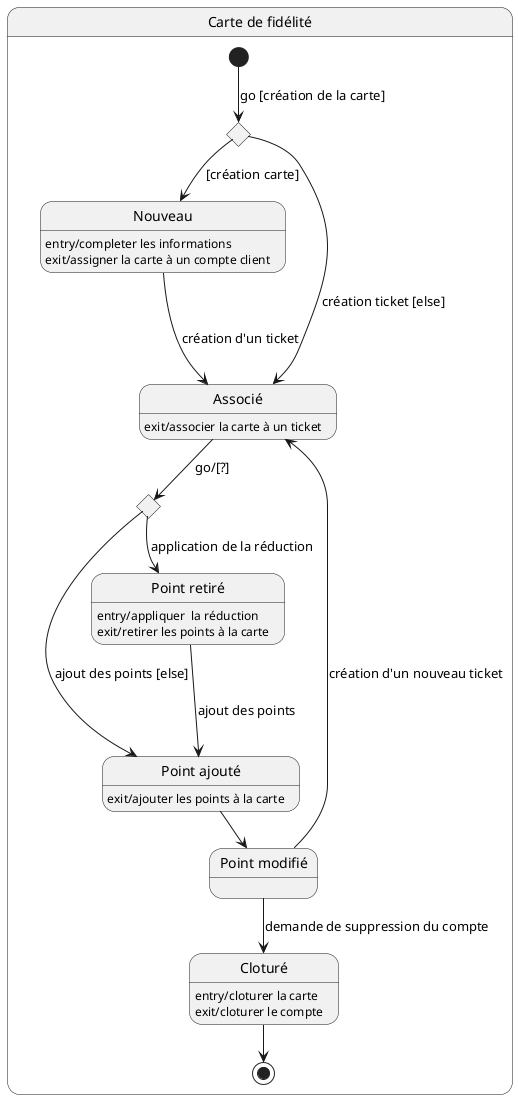
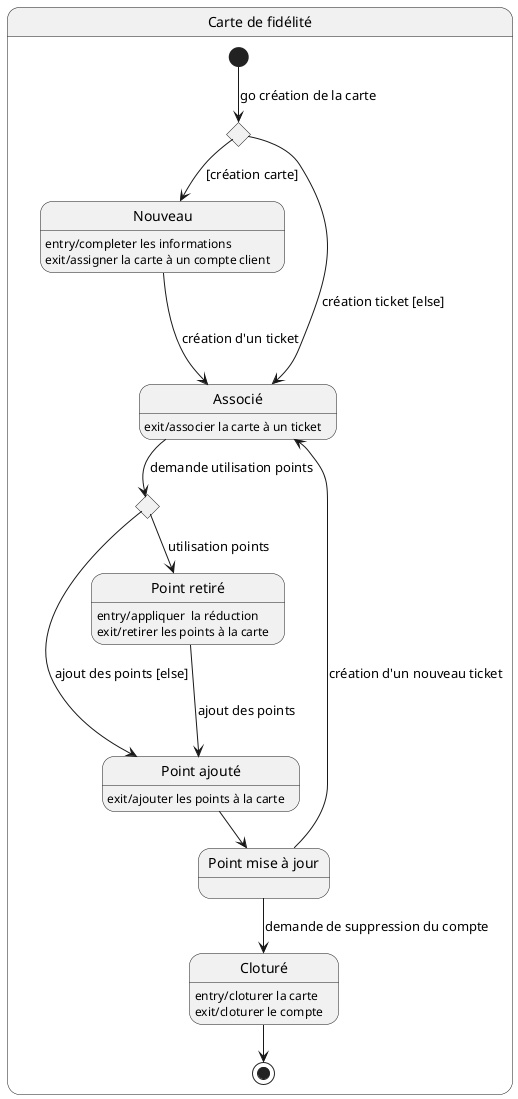
@startuml
state "Carte de fidélité" as chest <<state>>{
    state choice1 <<choice>>
    state choice2 <<choice>>
+ 
    state "Nouveau" as nouv
    nouv: entry/completer les informations
    nouv: exit/assigner la carte à un compte client

    state "Associé" as asso
    asso: exit/associer la carte à un ticket

    state "Point ajouté" as ptajout
    ptajout: exit/ajouter les points à la carte

    state "Point retiré" as ptret
    ptret: entry/appliquer  la réduction
    ptret: exit/retirer les points à la carte

-     state "Point modifié" as ptmod
+     state "Point mise à jour" as ptmod

    state "Cloturé" as clot
    clot: entry/cloturer la carte
    clot: exit/cloturer le compte

-     [*] --> choice1 :go [création de la carte]
+     [*] --> choice1 :go création de la carte
    choice1 --> nouv :[création carte]
    choice1 --> asso :création ticket [else]
    nouv ---> asso :création d'un ticket
-     asso --> choice2 :go/[?]
-     choice2 --> ptret :application de la réduction
+ 
+     asso --> choice2 :demande utilisation points
+     choice2 --> ptret :utilisation points
    choice2 ---> ptajout :ajout des points [else]
    ptret ---> ptajout :ajout des points
+ 
    ptajout --> ptmod
    ptmod ---> asso :création d'un nouveau ticket
    ptmod --> clot :demande de suppression du compte
    clot --> [*]

}
@enduml
